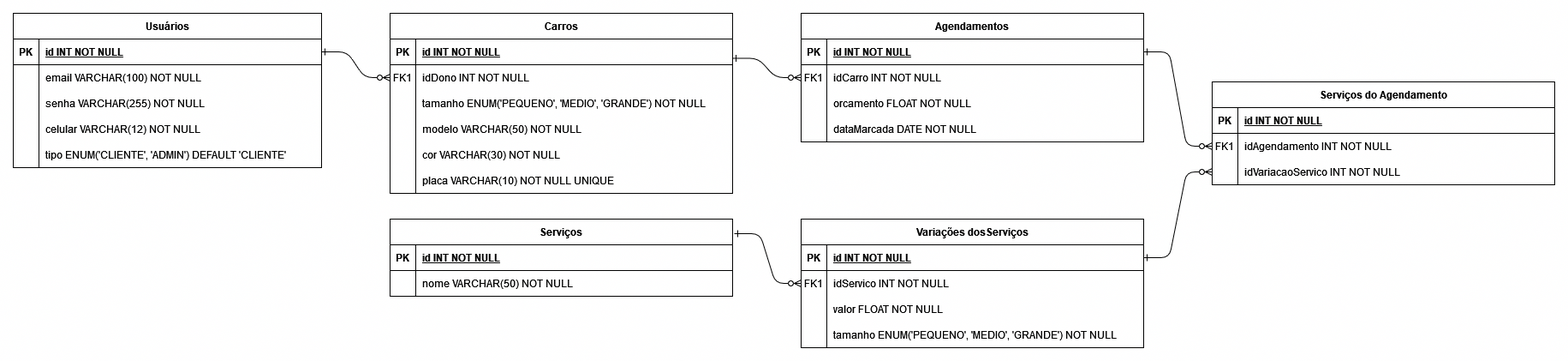
The draw.io diagram Documentação/MER SIG.drawio.png in IgorC0st4/sig, before a commit. Source tidied: cells renumbered, new cells last; positions are measured from the earlier drawing's top-left corner, leaving out a move shared by most shapes.
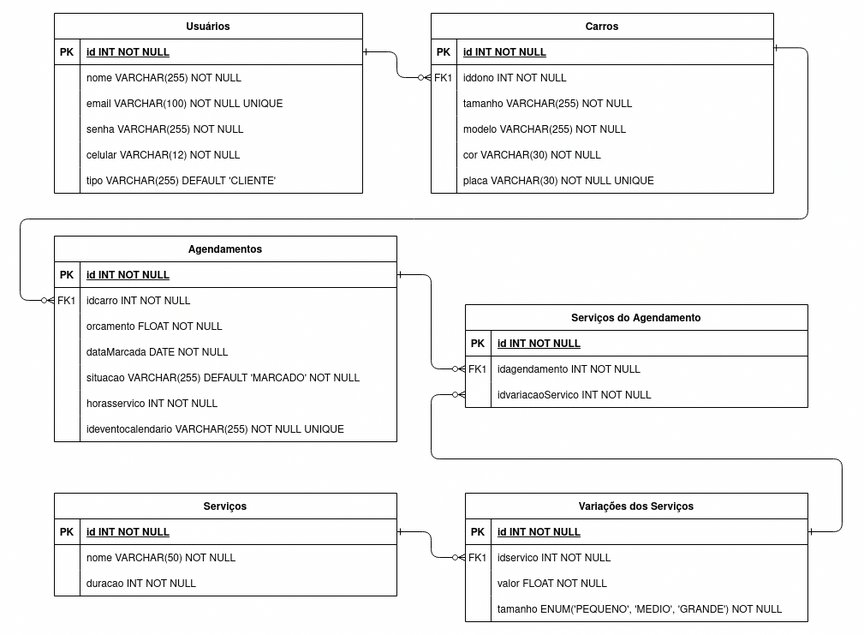
Later version of the same file.

Change to the diagram source:
```diff
@@ -2,7 +2,7 @@
   <root>
     <mxCell id="0" />
     <mxCell id="1" parent="0" />
-    <mxCell id="2" style="edgeStyle=entityRelationEdgeStyle;endArrow=ERzeroToMany;startArrow=ERone;endFill=1;startFill=0;" parent="1" edge="1" source="23" target="7">
+    <mxCell id="2" style="edgeStyle=orthogonalEdgeStyle;endArrow=ERzeroToMany;startArrow=ERone;endFill=1;startFill=0;" parent="1" edge="1" source="23" target="7">
       <mxGeometry relative="1" as="geometry" />
     </mxCell>
     <mxCell id="3" value="Carros" style="shape=table;startSize=30;rowLines=0;fontStyle=1;align=center;" parent="1" vertex="1">
@@ -23,7 +23,7 @@
     <mxCell id="8" value="FK1" style="shape=partialRectangle;overflow=hidden;fillColor=none;top=0;left=0;bottom=0;right=0;" parent="7" vertex="1">
       <mxGeometry width="30" height="30" as="geometry" />
     </mxCell>
-    <mxCell id="9" value="idDono INT NOT NULL" style="shape=partialRectangle;overflow=hidden;fillColor=none;top=0;left=0;bottom=0;right=0;align=left;spacingLeft=6;" parent="7" vertex="1">
+    <mxCell id="9" value="iddono INT NOT NULL" style="shape=partialRectangle;overflow=hidden;fillColor=none;top=0;left=0;bottom=0;right=0;align=left;spacingLeft=6;" parent="7" vertex="1">
       <mxGeometry x="30" width="370" height="30" as="geometry" />
     </mxCell>
     <mxCell id="10" style="shape=partialRectangle;fillColor=none;top=0;left=0;right=0;bottom=0;" parent="3" vertex="1">
@@ -32,7 +32,7 @@
     <mxCell id="11" style="shape=partialRectangle;overflow=hidden;fillColor=none;top=0;left=0;bottom=0;right=0;" parent="10" vertex="1">
       <mxGeometry width="30" height="30" as="geometry" />
     </mxCell>
-    <mxCell id="12" value="tamanho ENUM('PEQUENO', 'MEDIO', 'GRANDE') NOT NULL" style="shape=partialRectangle;overflow=hidden;fillColor=none;top=0;left=0;bottom=0;right=0;align=left;spacingLeft=6;" parent="10" vertex="1">
+    <mxCell id="12" value="tamanho VARCHAR(255) NOT NULL" style="shape=partialRectangle;overflow=hidden;fillColor=none;top=0;left=0;bottom=0;right=0;align=left;spacingLeft=6;" parent="10" vertex="1">
       <mxGeometry x="30" width="370" height="30" as="geometry" />
     </mxCell>
     <mxCell id="13" style="shape=partialRectangle;fillColor=none;top=0;left=0;right=0;bottom=0;" parent="3" vertex="1">
@@ -41,7 +41,7 @@
     <mxCell id="14" style="shape=partialRectangle;overflow=hidden;fillColor=none;top=0;left=0;bottom=0;right=0;" parent="13" vertex="1">
       <mxGeometry width="30" height="30" as="geometry" />
     </mxCell>
-    <mxCell id="15" value="modelo VARCHAR(50) NOT NULL" style="shape=partialRectangle;overflow=hidden;fillColor=none;top=0;left=0;bottom=0;right=0;align=left;spacingLeft=6;" parent="13" vertex="1">
+    <mxCell id="15" value="modelo VARCHAR(255) NOT NULL" style="shape=partialRectangle;overflow=hidden;fillColor=none;top=0;left=0;bottom=0;right=0;align=left;spacingLeft=6;" parent="13" vertex="1">
       <mxGeometry x="30" width="370" height="30" as="geometry" />
     </mxCell>
     <mxCell id="16" style="shape=partialRectangle;fillColor=none;top=0;left=0;right=0;bottom=0;" parent="3" vertex="1">
@@ -59,11 +59,11 @@
     <mxCell id="20" style="shape=partialRectangle;overflow=hidden;fillColor=none;top=0;left=0;bottom=0;right=0;" parent="19" vertex="1">
       <mxGeometry width="30" height="30" as="geometry" />
     </mxCell>
-    <mxCell id="21" value="placa VARCHAR(10) NOT NULL UNIQUE" style="shape=partialRectangle;overflow=hidden;fillColor=none;top=0;left=0;bottom=0;right=0;align=left;spacingLeft=6;" parent="19" vertex="1">
+    <mxCell id="21" value="placa VARCHAR(30) NOT NULL UNIQUE" style="shape=partialRectangle;overflow=hidden;fillColor=none;top=0;left=0;bottom=0;right=0;align=left;spacingLeft=6;" parent="19" vertex="1">
       <mxGeometry x="30" width="370" height="30" as="geometry" />
     </mxCell>
     <mxCell id="22" value="Usuários" style="shape=table;startSize=30;rowLines=0;fontStyle=1;align=center;" parent="1" vertex="1">
-      <mxGeometry width="360" height="180" as="geometry" />
+      <mxGeometry width="360" height="210" as="geometry" />
     </mxCell>
     <mxCell id="23" style="shape=partialRectangle;fillColor=none;points=[[0,0.5],[1,0.5]];portConstraint=eastwest;top=0;left=0;right=0;bottom=1;" parent="22" vertex="1">
       <mxGeometry y="30" width="360" height="30" as="geometry" />
@@ -74,17 +74,26 @@
     <mxCell id="25" value="id INT NOT NULL " style="shape=partialRectangle;overflow=hidden;fillColor=none;top=0;left=0;bottom=0;right=0;align=left;spacingLeft=6;fontStyle=5;" parent="23" vertex="1">
       <mxGeometry x="30" width="330" height="30" as="geometry" />
     </mxCell>
+    <mxCell id="85" style="shape=partialRectangle;fillColor=none;top=0;left=0;right=0;bottom=0;" parent="22" vertex="1">
+      <mxGeometry y="60" width="360" height="30" as="geometry" />
+    </mxCell>
+    <mxCell id="86" style="shape=partialRectangle;overflow=hidden;fillColor=none;top=0;left=0;bottom=0;right=0;" parent="85" vertex="1">
+      <mxGeometry width="30" height="30" as="geometry" />
+    </mxCell>
+    <mxCell id="87" value="nome VARCHAR(255) NOT NULL" style="shape=partialRectangle;overflow=hidden;fillColor=none;top=0;left=0;bottom=0;right=0;align=left;spacingLeft=6;" parent="85" vertex="1">
+      <mxGeometry x="30" width="330" height="30" as="geometry" />
+    </mxCell>
     <mxCell id="26" style="shape=partialRectangle;fillColor=none;top=0;left=0;right=0;bottom=0;" parent="22" vertex="1">
-      <mxGeometry y="60" width="360" height="30" as="geometry" />
+      <mxGeometry y="90" width="360" height="30" as="geometry" />
     </mxCell>
     <mxCell id="27" style="shape=partialRectangle;overflow=hidden;fillColor=none;top=0;left=0;bottom=0;right=0;" parent="26" vertex="1">
       <mxGeometry width="30" height="30" as="geometry" />
     </mxCell>
-    <mxCell id="28" value="email VARCHAR(100) NOT NULL" style="shape=partialRectangle;overflow=hidden;fillColor=none;top=0;left=0;bottom=0;right=0;align=left;spacingLeft=6;" parent="26" vertex="1">
+    <mxCell id="28" value="email VARCHAR(100) NOT NULL UNIQUE" style="shape=partialRectangle;overflow=hidden;fillColor=none;top=0;left=0;bottom=0;right=0;align=left;spacingLeft=6;" parent="26" vertex="1">
       <mxGeometry x="30" width="330" height="30" as="geometry" />
     </mxCell>
     <mxCell id="29" style="shape=partialRectangle;fillColor=none;top=0;left=0;right=0;bottom=0;" parent="22" vertex="1">
-      <mxGeometry y="90" width="360" height="30" as="geometry" />
+      <mxGeometry y="120" width="360" height="30" as="geometry" />
     </mxCell>
     <mxCell id="30" style="shape=partialRectangle;overflow=hidden;fillColor=none;top=0;left=0;bottom=0;right=0;" parent="29" vertex="1">
       <mxGeometry width="30" height="30" as="geometry" />
@@ -93,7 +102,7 @@
       <mxGeometry x="30" width="330" height="30" as="geometry" />
     </mxCell>
     <mxCell id="32" style="shape=partialRectangle;fillColor=none;top=0;left=0;right=0;bottom=0;" parent="22" vertex="1">
-      <mxGeometry y="120" width="360" height="30" as="geometry" />
+      <mxGeometry y="150" width="360" height="30" as="geometry" />
     </mxCell>
     <mxCell id="33" style="shape=partialRectangle;overflow=hidden;fillColor=none;top=0;left=0;bottom=0;right=0;" parent="32" vertex="1">
       <mxGeometry width="30" height="30" as="geometry" />
@@ -102,16 +111,16 @@
       <mxGeometry x="30" width="330" height="30" as="geometry" />
     </mxCell>
     <mxCell id="35" style="shape=partialRectangle;fillColor=none;top=0;left=0;right=0;bottom=0;" parent="22" vertex="1">
-      <mxGeometry y="150" width="360" height="30" as="geometry" />
+      <mxGeometry y="180" width="360" height="30" as="geometry" />
     </mxCell>
     <mxCell id="36" style="shape=partialRectangle;overflow=hidden;fillColor=none;top=0;left=0;bottom=0;right=0;" parent="35" vertex="1">
       <mxGeometry width="30" height="30" as="geometry" />
     </mxCell>
-    <mxCell id="37" value="tipo ENUM('CLIENTE', 'ADMIN') DEFAULT 'CLIENTE'" style="shape=partialRectangle;overflow=hidden;fillColor=none;top=0;left=0;bottom=0;right=0;align=left;spacingLeft=6;" parent="35" vertex="1">
+    <mxCell id="37" value="tipo VARCHAR(255) DEFAULT 'CLIENTE'" style="shape=partialRectangle;overflow=hidden;fillColor=none;top=0;left=0;bottom=0;right=0;align=left;spacingLeft=6;" parent="35" vertex="1">
       <mxGeometry x="30" width="330" height="30" as="geometry" />
     </mxCell>
     <mxCell id="38" value="Serviços" style="shape=table;startSize=30;rowLines=0;fontStyle=1;align=center;" parent="1" vertex="1">
-      <mxGeometry x="440" y="240" width="400" height="90" as="geometry" />
+      <mxGeometry y="560" width="400" height="120" as="geometry" />
     </mxCell>
     <mxCell id="39" style="shape=partialRectangle;fillColor=none;points=[[0,0.5],[1,0.5]];portConstraint=eastwest;top=0;left=0;right=0;bottom=1;" parent="38" vertex="1">
       <mxGeometry y="30" width="400" height="30" as="geometry" />
@@ -131,8 +140,17 @@
     <mxCell id="44" value="nome VARCHAR(50) NOT NULL" style="shape=partialRectangle;overflow=hidden;fillColor=none;top=0;left=0;bottom=0;right=0;align=left;spacingLeft=6;" parent="42" vertex="1">
       <mxGeometry x="30" width="370" height="30" as="geometry" />
     </mxCell>
+    <mxCell id="88" style="shape=partialRectangle;fillColor=none;top=0;left=0;right=0;bottom=0;" parent="38" vertex="1">
+      <mxGeometry y="90" width="400" height="30" as="geometry" />
+    </mxCell>
+    <mxCell id="89" style="shape=partialRectangle;overflow=hidden;fillColor=none;top=0;left=0;bottom=0;right=0;" parent="88" vertex="1">
+      <mxGeometry width="30" height="30" as="geometry" />
+    </mxCell>
+    <mxCell id="90" value="duracao INT NOT NULL" style="shape=partialRectangle;overflow=hidden;fillColor=none;top=0;left=0;bottom=0;right=0;align=left;spacingLeft=6;" parent="88" vertex="1">
+      <mxGeometry x="30" width="370" height="30" as="geometry" />
+    </mxCell>
-    <mxCell id="45" value="Variações dosServiços" style="shape=table;startSize=30;rowLines=0;fontStyle=1;align=center;" parent="1" vertex="1">
-      <mxGeometry x="920" y="240" width="400" height="150" as="geometry" />
+    <mxCell id="45" value="Variações dos Serviços" style="shape=table;startSize=30;rowLines=0;fontStyle=1;align=center;" parent="1" vertex="1">
+      <mxGeometry x="480" y="560" width="400" height="150" as="geometry" />
     </mxCell>
     <mxCell id="46" style="shape=partialRectangle;fillColor=none;points=[[0,0.5],[1,0.5]];portConstraint=eastwest;top=0;left=0;right=0;bottom=1;" parent="45" vertex="1">
       <mxGeometry y="30" width="400" height="30" as="geometry" />
@@ -149,7 +167,7 @@
     <mxCell id="50" value="FK1" style="shape=partialRectangle;overflow=hidden;fillColor=none;top=0;left=0;bottom=0;right=0;" parent="49" vertex="1">
       <mxGeometry width="30" height="30" as="geometry" />
     </mxCell>
-    <mxCell id="51" value="idServico INT NOT NULL" style="shape=partialRectangle;overflow=hidden;fillColor=none;top=0;left=0;bottom=0;right=0;align=left;spacingLeft=6;" parent="49" vertex="1">
+    <mxCell id="51" value="idservico INT NOT NULL" style="shape=partialRectangle;overflow=hidden;fillColor=none;top=0;left=0;bottom=0;right=0;align=left;spacingLeft=6;" parent="49" vertex="1">
       <mxGeometry x="30" width="370" height="30" as="geometry" />
     </mxCell>
     <mxCell id="52" style="shape=partialRectangle;fillColor=none;top=0;left=0;right=0;bottom=0;" parent="45" vertex="1">
@@ -171,7 +189,7 @@
       <mxGeometry x="30" width="370" height="30" as="geometry" />
     </mxCell>
     <mxCell id="58" value="Agendamentos" style="shape=table;startSize=30;rowLines=0;fontStyle=1;align=center;" parent="1" vertex="1">
-      <mxGeometry x="920" width="400" height="150" as="geometry" />
+      <mxGeometry y="260" width="400" height="240" as="geometry" />
     </mxCell>
     <mxCell id="59" style="shape=partialRectangle;fillColor=none;points=[[0,0.5],[1,0.5]];portConstraint=eastwest;top=0;left=0;right=0;bottom=1;" parent="58" vertex="1">
       <mxGeometry y="30" width="400" height="30" as="geometry" />
@@ -188,7 +206,7 @@
     <mxCell id="63" value="FK1" style="shape=partialRectangle;overflow=hidden;fillColor=none;top=0;left=0;bottom=0;right=0;" parent="62" vertex="1">
       <mxGeometry width="30" height="30" as="geometry" />
     </mxCell>
-    <mxCell id="64" value="idCarro INT NOT NULL" style="shape=partialRectangle;overflow=hidden;fillColor=none;top=0;left=0;bottom=0;right=0;align=left;spacingLeft=6;" parent="62" vertex="1">
+    <mxCell id="64" value="idcarro INT NOT NULL" style="shape=partialRectangle;overflow=hidden;fillColor=none;top=0;left=0;bottom=0;right=0;align=left;spacingLeft=6;" parent="62" vertex="1">
       <mxGeometry x="30" width="370" height="30" as="geometry" />
     </mxCell>
     <mxCell id="65" style="shape=partialRectangle;fillColor=none;top=0;left=0;right=0;bottom=0;" parent="58" vertex="1">
@@ -209,11 +227,45 @@
     <mxCell id="70" value="dataMarcada DATE NOT NULL" style="shape=partialRectangle;overflow=hidden;fillColor=none;top=0;left=0;bottom=0;right=0;align=left;spacingLeft=6;" parent="68" vertex="1">
       <mxGeometry x="30" width="370" height="30" as="geometry" />
     </mxCell>
+    <mxCell id="91" style="shape=partialRectangle;fillColor=none;top=0;left=0;right=0;bottom=0;" parent="58" vertex="1">
+      <mxGeometry y="150" width="400" height="30" as="geometry" />
+    </mxCell>
+    <mxCell id="92" style="shape=partialRectangle;overflow=hidden;fillColor=none;top=0;left=0;bottom=0;right=0;" parent="91" vertex="1">
+      <mxGeometry width="30" height="30" as="geometry" />
+    </mxCell>
+    <mxCell id="93" value="situacao VARCHAR(255) DEFAULT 'MARCADO' NOT NULL" style="shape=partialRectangle;overflow=hidden;fillColor=none;top=0;left=0;bottom=0;right=0;align=left;spacingLeft=6;" parent="91" vertex="1">
+      <mxGeometry x="30" width="370" height="30" as="geometry" />
+    </mxCell>
+    <mxCell id="94" style="shape=partialRectangle;fillColor=none;top=0;left=0;right=0;bottom=0;" parent="58" vertex="1">
+      <mxGeometry y="180" width="400" height="30" as="geometry" />
+    </mxCell>
+    <mxCell id="95" style="shape=partialRectangle;overflow=hidden;fillColor=none;top=0;left=0;bottom=0;right=0;" parent="94" vertex="1">
+      <mxGeometry width="30" height="30" as="geometry" />
+    </mxCell>
+    <mxCell id="96" value="horasservico INT NOT NULL" style="shape=partialRectangle;overflow=hidden;fillColor=none;top=0;left=0;bottom=0;right=0;align=left;spacingLeft=6;" parent="94" vertex="1">
+      <mxGeometry x="30" width="370" height="30" as="geometry" />
+    </mxCell>
+    <mxCell id="97" style="shape=partialRectangle;fillColor=none;top=0;left=0;right=0;bottom=0;" parent="58" vertex="1">
+      <mxGeometry y="210" width="400" height="30" as="geometry" />
+    </mxCell>
+    <mxCell id="98" style="shape=partialRectangle;overflow=hidden;fillColor=none;top=0;left=0;bottom=0;right=0;" parent="97" vertex="1">
+      <mxGeometry width="30" height="30" as="geometry" />
+    </mxCell>
+    <mxCell id="99" value="ideventocalendario VARCHAR(255) NOT NULL UNIQUE" style="shape=partialRectangle;overflow=hidden;fillColor=none;top=0;left=0;bottom=0;right=0;align=left;spacingLeft=6;" parent="97" vertex="1">
+      <mxGeometry x="30" width="370" height="30" as="geometry" />
+    </mxCell>
-    <mxCell id="71" style="edgeStyle=entityRelationEdgeStyle;endArrow=ERzeroToMany;startArrow=ERone;endFill=1;startFill=0;exitX=1;exitY=0.25;exitDx=0;exitDy=0;entryX=0;entryY=0.5;entryDx=0;entryDy=0;" parent="1" edge="1" source="3" target="62">
-      <mxGeometry relative="1" as="geometry" />
+    <mxCell id="71" style="edgeStyle=orthogonalEdgeStyle;endArrow=ERzeroToMany;startArrow=ERone;endFill=1;startFill=0;entryX=0;entryY=0.5;entryDx=0;entryDy=0;exitX=0.998;exitY=0.344;exitDx=0;exitDy=0;exitPerimeter=0;" parent="1" edge="1" source="4" target="62">
+      <mxGeometry relative="1" as="geometry">
+        <Array as="points">
+          <mxPoint x="880" y="40" />
+          <mxPoint x="880" y="240" />
+          <mxPoint x="-40" y="240" />
+          <mxPoint x="-40" y="335" />
+        </Array>
+      </mxGeometry>
     </mxCell>
     <mxCell id="72" value="Serviços do Agendamento" style="shape=table;startSize=30;rowLines=0;fontStyle=1;align=center;" parent="1" vertex="1">
-      <mxGeometry x="1400" y="80" width="400" height="120" as="geometry" />
+      <mxGeometry x="480" y="340" width="400" height="120" as="geometry" />
     </mxCell>
     <mxCell id="73" style="shape=partialRectangle;fillColor=none;top=0;left=0;right=0;bottom=1;" parent="72" vertex="1">
       <mxGeometry y="30" width="400" height="30" as="geometry" />
@@ -230,7 +282,7 @@
     <mxCell id="77" value="FK1" style="shape=partialRectangle;overflow=hidden;fillColor=none;top=0;left=0;bottom=0;right=0;" parent="76" vertex="1">
       <mxGeometry width="30" height="30" as="geometry" />
     </mxCell>
-    <mxCell id="78" value="idAgendamento INT NOT NULL" style="shape=partialRectangle;overflow=hidden;fillColor=none;top=0;left=0;bottom=0;right=0;align=left;spacingLeft=6;" parent="76" vertex="1">
+    <mxCell id="78" value="idagendamento INT NOT NULL" style="shape=partialRectangle;overflow=hidden;fillColor=none;top=0;left=0;bottom=0;right=0;align=left;spacingLeft=6;" parent="76" vertex="1">
       <mxGeometry x="30" width="370" height="30" as="geometry" />
     </mxCell>
     <mxCell id="79" style="shape=partialRectangle;fillColor=none;points=[[0,0.5],[1,0.5]];portConstraint=eastwest;top=0;left=0;right=0;bottom=0;" parent="72" vertex="1">
@@ -239,17 +291,24 @@
     <mxCell id="80" style="shape=partialRectangle;overflow=hidden;fillColor=none;top=0;left=0;bottom=0;right=0;" parent="79" vertex="1">
       <mxGeometry width="30" height="30" as="geometry" />
     </mxCell>
-    <mxCell id="81" value="idVariacaoServico INT NOT NULL" style="shape=partialRectangle;overflow=hidden;fillColor=none;top=0;left=0;bottom=0;right=0;align=left;spacingLeft=6;" parent="79" vertex="1">
+    <mxCell id="81" value="idvariacaoServico INT NOT NULL" style="shape=partialRectangle;overflow=hidden;fillColor=none;top=0;left=0;bottom=0;right=0;align=left;spacingLeft=6;" parent="79" vertex="1">
       <mxGeometry x="30" width="370" height="30" as="geometry" />
     </mxCell>
-    <mxCell id="82" style="edgeStyle=entityRelationEdgeStyle;endArrow=ERzeroToMany;startArrow=ERone;endFill=1;startFill=0;exitX=1;exitY=0.5;exitDx=0;exitDy=0;entryX=0;entryY=0.5;entryDx=0;entryDy=0;" parent="1" edge="1" source="59" target="76">
+    <mxCell id="82" style="edgeStyle=orthogonalEdgeStyle;endArrow=ERzeroToMany;startArrow=ERone;endFill=1;startFill=0;exitX=1;exitY=0.5;exitDx=0;exitDy=0;entryX=0;entryY=0.5;entryDx=0;entryDy=0;" parent="1" edge="1" source="59" target="76">
       <mxGeometry relative="1" as="geometry" />
     </mxCell>
-    <mxCell id="83" style="edgeStyle=entityRelationEdgeStyle;endArrow=ERzeroToMany;startArrow=ERone;endFill=1;startFill=0;exitX=1.005;exitY=0.189;exitDx=0;exitDy=0;entryX=0;entryY=0.5;entryDx=0;entryDy=0;exitPerimeter=0;" parent="1" edge="1" source="38" target="49">
+    <mxCell id="83" style="edgeStyle=orthogonalEdgeStyle;endArrow=ERzeroToMany;startArrow=ERone;endFill=1;startFill=0;entryX=0;entryY=0.5;entryDx=0;entryDy=0;exitX=1;exitY=0.5;exitDx=0;exitDy=0;" parent="1" edge="1" source="39" target="49">
       <mxGeometry relative="1" as="geometry" />
     </mxCell>
-    <mxCell id="84" style="edgeStyle=entityRelationEdgeStyle;endArrow=ERzeroToMany;startArrow=ERone;endFill=1;startFill=0;exitX=1;exitY=0.5;exitDx=0;exitDy=0;entryX=0;entryY=0.5;entryDx=0;entryDy=0;" parent="1" edge="1" source="46" target="79">
-      <mxGeometry relative="1" as="geometry" />
+    <mxCell id="84" style="edgeStyle=orthogonalEdgeStyle;endArrow=ERzeroToMany;startArrow=ERone;endFill=1;startFill=0;exitX=1;exitY=0.5;exitDx=0;exitDy=0;entryX=0;entryY=0.5;entryDx=0;entryDy=0;" parent="1" edge="1" source="46" target="79">
+      <mxGeometry relative="1" as="geometry">
+        <Array as="points">
+          <mxPoint x="920" y="605" />
+          <mxPoint x="920" y="520" />
+          <mxPoint x="440" y="520" />
+          <mxPoint x="440" y="445" />
+        </Array>
+      </mxGeometry>
     </mxCell>
   </root>
 </mxGraphModel>
```
